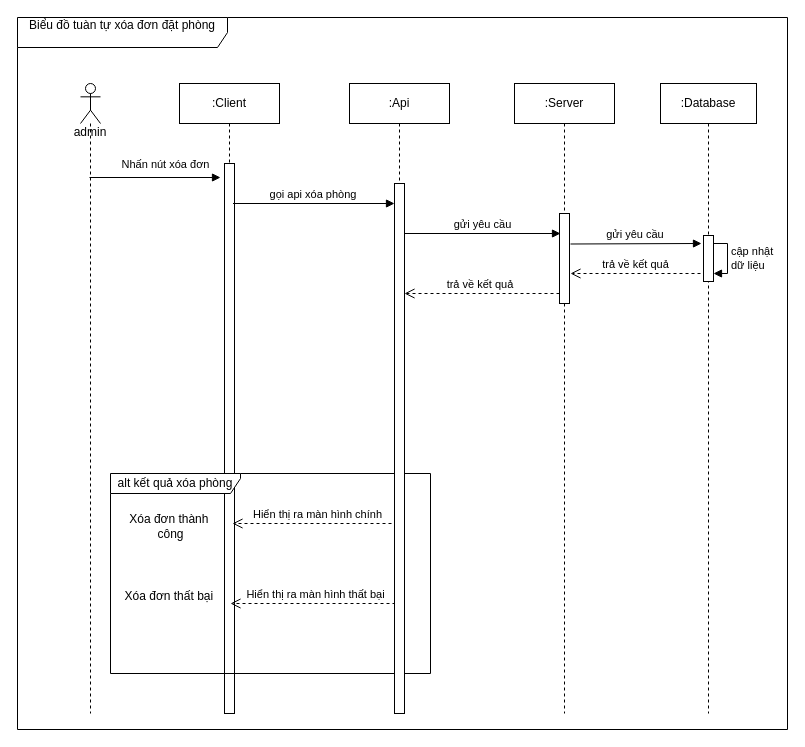
Above: Dung~/xoadondatphong.drawio in KMA-TTCS-Nhom32/documents (draw.io), before the change. Source tidied: cells renumbered, new cells numbered last; positions are measured from the earlier drawing's top-left corner, leaving out a move shared by most shapes. Both pictures are drawn from the tidied source at 100%, with x=0, y=0 at pixel (17, 17).
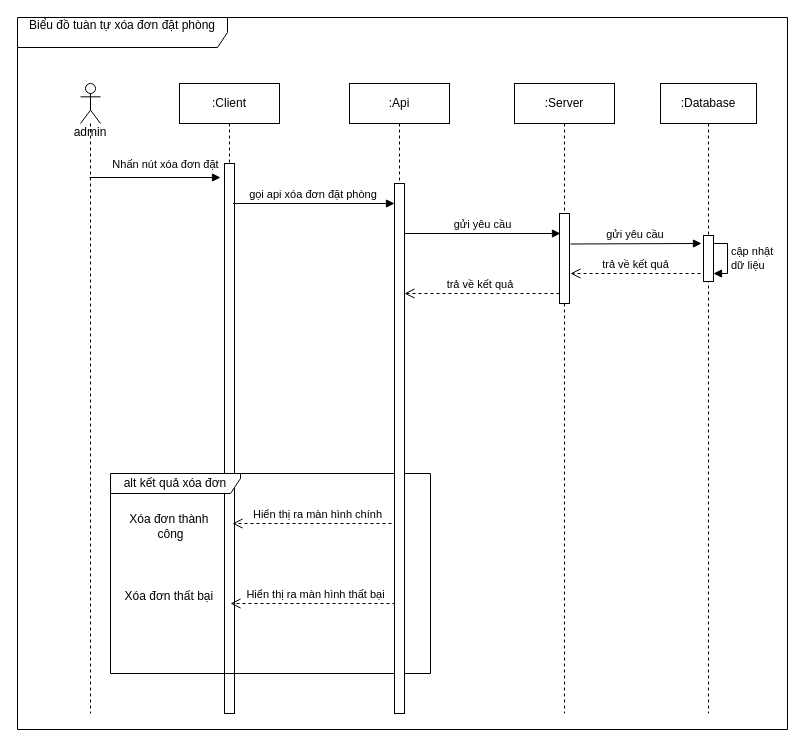
The same diagram, later.

Commit message (it also covers changes not shown here):
Cập nhật xoadondatphong.drawio

Change to the diagram source:
```diff
@@
-    <mxCell id="7" value="Nhấn nút xóa đơn" style="html=1;verticalAlign=bottom;endArrow=block;curved=0;rounded=0;" parent="1" edge="1">
+    <mxCell id="7" value="Nhấn nút xóa đơn đặt" style="html=1;verticalAlign=bottom;endArrow=block;curved=0;rounded=0;" parent="1" edge="1">
       <mxGeometry x="0.16" y="4" relative="1" as="geometry">
         <mxPoint x="72" y="160" as="sourcePoint" />
         <mxPoint x="203" y="160" as="targetPoint" />
       </mxGeometry>
     </mxCell>
-    <mxCell id="8" value="gọi api xóa phòng&amp;nbsp;" style="html=1;verticalAlign=bottom;endArrow=block;curved=0;rounded=0;" parent="1" edge="1">
+    <mxCell id="8" value="gọi api xóa đơn đặt phòng&amp;nbsp;" style="html=1;verticalAlign=bottom;endArrow=block;curved=0;rounded=0;" parent="1" edge="1">
       <mxGeometry relative="1" as="geometry">
         <mxPoint x="215.5" y="186" as="sourcePoint" />
         <mxPoint x="377" y="186" as="targetPoint" />
       </mxGeometry>
     </mxCell>
@@
-    <mxCell id="11" value="alt kết quả xóa phòng" style="shape=umlFrame;whiteSpace=wrap;html=1;width=130;height=20;" parent="1" vertex="1">
+    <mxCell id="11" value="alt kết quả xóa đơn" style="shape=umlFrame;whiteSpace=wrap;html=1;width=130;height=20;" parent="1" vertex="1">
       <mxGeometry x="93" y="456" width="320" height="200" as="geometry" />
     </mxCell>
```
